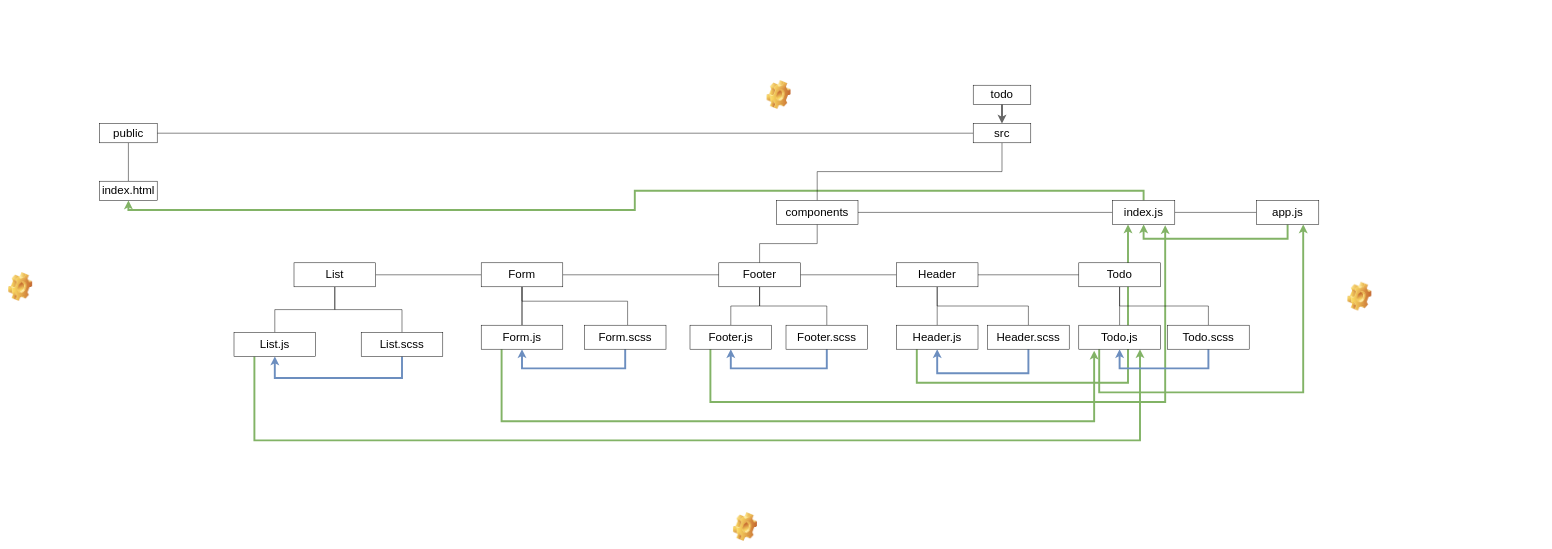
shadykh/uml keeps this draw.io diagram as page "Page-14" (13 of 13) of Untitled Diagram.drawio. Above is the earlier version. Source tidied: cells renumbered, new cells numbered last; positions are measured from the earlier drawing's top-left corner, leaving out a move shared by most shapes. Both pictures are drawn from the tidied source at 48%, with x=0, y=0 at pixel (8, 80).
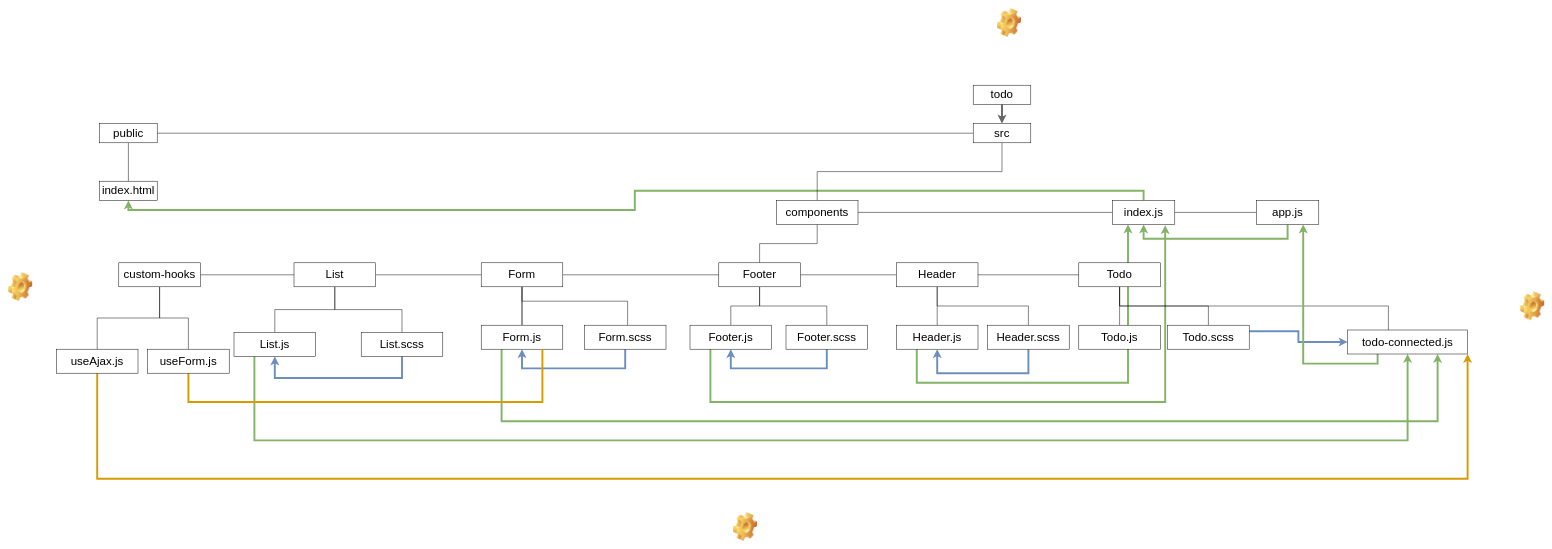
The same page after the edit.

Unchanged cells that the change refers to:
```xml
<mxCell id="14" value="&lt;span style=&quot;font-size: 24px&quot;&gt;app.js&lt;/span&gt;" style="whiteSpace=wrap;html=1;newEdgeStyle={&quot;edgeStyle&quot;:&quot;elbowEdgeStyle&quot;,&quot;startArrow&quot;:&quot;none&quot;,&quot;endArrow&quot;:&quot;none&quot;};" parent="1" vertex="1">
  <mxGeometry x="2600" y="250" width="130" height="50" as="geometry" />
</mxCell>
<mxCell id="33" value="&lt;span style=&quot;font-size: 24px&quot;&gt;List&lt;/span&gt;" style="whiteSpace=wrap;html=1;newEdgeStyle={&quot;edgeStyle&quot;:&quot;elbowEdgeStyle&quot;,&quot;startArrow&quot;:&quot;none&quot;,&quot;endArrow&quot;:&quot;none&quot;};" parent="1" vertex="1">
  <mxGeometry x="595" y="380" width="170" height="50" as="geometry" />
</mxCell>
<mxCell id="36" value="&lt;span style=&quot;font-size: 24px&quot;&gt;Todo&lt;/span&gt;" style="whiteSpace=wrap;html=1;newEdgeStyle={&quot;edgeStyle&quot;:&quot;elbowEdgeStyle&quot;,&quot;startArrow&quot;:&quot;none&quot;,&quot;endArrow&quot;:&quot;none&quot;};" parent="1" vertex="1">
  <mxGeometry x="2230" y="380" width="170" height="50" as="geometry" />
</mxCell>
<mxCell id="38" value="&lt;span style=&quot;font-size: 24px&quot;&gt;List.js&lt;/span&gt;" style="whiteSpace=wrap;html=1;newEdgeStyle={&quot;edgeStyle&quot;:&quot;elbowEdgeStyle&quot;,&quot;startArrow&quot;:&quot;none&quot;,&quot;endArrow&quot;:&quot;none&quot;};" parent="1" vertex="1">
  <mxGeometry x="470" y="525" width="170" height="50" as="geometry" />
</mxCell>
<mxCell id="42" value="&lt;span style=&quot;font-size: 24px&quot;&gt;Form.js&lt;/span&gt;" style="whiteSpace=wrap;html=1;newEdgeStyle={&quot;edgeStyle&quot;:&quot;elbowEdgeStyle&quot;,&quot;startArrow&quot;:&quot;none&quot;,&quot;endArrow&quot;:&quot;none&quot;};" parent="1" vertex="1">
  <mxGeometry x="985" y="510" width="170" height="50" as="geometry" />
</mxCell>
<mxCell id="52" value="&lt;span style=&quot;font-size: 24px&quot;&gt;Todo.js&lt;/span&gt;" style="whiteSpace=wrap;html=1;newEdgeStyle={&quot;edgeStyle&quot;:&quot;elbowEdgeStyle&quot;,&quot;startArrow&quot;:&quot;none&quot;,&quot;endArrow&quot;:&quot;none&quot;};" parent="1" vertex="1">
  <mxGeometry x="2230" y="510" width="170" height="50" as="geometry" />
</mxCell>
<mxCell id="54" value="&lt;span style=&quot;font-size: 24px&quot;&gt;Todo.scss&lt;/span&gt;" style="whiteSpace=wrap;html=1;newEdgeStyle={&quot;edgeStyle&quot;:&quot;elbowEdgeStyle&quot;,&quot;startArrow&quot;:&quot;none&quot;,&quot;endArrow&quot;:&quot;none&quot;};" parent="1" vertex="1">
  <mxGeometry x="2415" y="510" width="170" height="50" as="geometry" />
</mxCell>
```

Change to the diagram source:
```diff
@@
+    <mxCell id="62" style="edgeStyle=orthogonalEdgeStyle;rounded=0;jettySize=auto;html=1;endArrow=none;endFill=0;" parent="1" edge="1" source="33" target="67">
+      <mxGeometry relative="1" as="geometry" />
+    </mxCell>
@@
+    <mxCell id="63" style="edgeStyle=orthogonalEdgeStyle;rounded=0;jettySize=auto;html=1;endArrow=none;endFill=0;strokeWidth=1;" parent="1" edge="1" source="36" target="73">
+      <mxGeometry relative="1" as="geometry">
+        <Array as="points">
+          <mxPoint x="2315" y="470" />
+          <mxPoint x="2875" y="470" />
+        </Array>
+      </mxGeometry>
+    </mxCell>
@@
-    <mxCell id="37" style="edgeStyle=orthogonalEdgeStyle;rounded=0;jettySize=auto;html=1;exitX=0.25;exitY=1;exitDx=0;exitDy=0;entryX=0.75;entryY=1;entryDx=0;entryDy=0;endArrow=classic;endFill=1;strokeWidth=4;fillColor=#d5e8d4;strokeColor=#82b366;" parent="1" edge="1" source="38" target="52">
+    <mxCell id="37" style="edgeStyle=orthogonalEdgeStyle;rounded=0;jettySize=auto;html=1;exitX=0.25;exitY=1;exitDx=0;exitDy=0;entryX=0.5;entryY=1;entryDx=0;entryDy=0;endArrow=classic;endFill=1;strokeWidth=4;fillColor=#d5e8d4;strokeColor=#82b366;" parent="1" edge="1" source="38" target="73">
       <mxGeometry relative="1" as="geometry">
         <Array as="points">
           <mxPoint x="513" y="750" />
-          <mxPoint x="2358" y="750" />
+          <mxPoint x="2915" y="750" />
         </Array>
       </mxGeometry>
     </mxCell>
@@
-    <mxCell id="41" style="edgeStyle=orthogonalEdgeStyle;rounded=0;jettySize=auto;html=1;exitX=0.25;exitY=1;exitDx=0;exitDy=0;entryX=0.188;entryY=1.06;entryDx=0;entryDy=0;entryPerimeter=0;endArrow=classic;endFill=1;strokeWidth=4;fillColor=#d5e8d4;strokeColor=#82b366;" parent="1" edge="1" source="42" target="52">
+    <mxCell id="41" style="edgeStyle=orthogonalEdgeStyle;rounded=0;jettySize=auto;html=1;exitX=0.25;exitY=1;exitDx=0;exitDy=0;entryX=0.75;entryY=1;entryDx=0;entryDy=0;endArrow=classic;endFill=1;strokeWidth=4;fillColor=#d5e8d4;strokeColor=#82b366;" parent="1" edge="1" source="42" target="73">
       <mxGeometry relative="1" as="geometry">
         <Array as="points">
           <mxPoint x="1028" y="710" />
-          <mxPoint x="2262" y="710" />
+          <mxPoint x="2978" y="710" />
         </Array>
       </mxGeometry>
     </mxCell>
@@
-    <mxCell id="51" style="edgeStyle=orthogonalEdgeStyle;rounded=0;jettySize=auto;html=1;exitX=0.25;exitY=1;exitDx=0;exitDy=0;entryX=0.75;entryY=1;entryDx=0;entryDy=0;endArrow=classic;endFill=1;strokeWidth=4;fillColor=#d5e8d4;strokeColor=#82b366;" parent="1" edge="1" source="52" target="14">
-      <mxGeometry relative="1" as="geometry">
-        <Array as="points">
-          <mxPoint x="2273" y="650" />
-          <mxPoint x="2698" y="650" />
-        </Array>
-      </mxGeometry>
-    </mxCell>
@@
-    <mxCell id="53" style="edgeStyle=orthogonalEdgeStyle;rounded=0;jettySize=auto;html=1;exitX=0.5;exitY=1;exitDx=0;exitDy=0;entryX=0.5;entryY=1;entryDx=0;entryDy=0;endArrow=classic;endFill=1;strokeWidth=4;fillColor=#dae8fc;strokeColor=#6c8ebf;" parent="1" edge="1" source="54" target="52">
-      <mxGeometry relative="1" as="geometry">
-        <Array as="points">
-          <mxPoint x="2500" y="600" />
-          <mxPoint x="2315" y="600" />
-        </Array>
-      </mxGeometry>
-    </mxCell>
+    <mxCell id="64" style="edgeStyle=orthogonalEdgeStyle;rounded=0;jettySize=auto;html=1;exitX=1;exitY=0.25;exitDx=0;exitDy=0;entryX=0;entryY=0.5;entryDx=0;entryDy=0;endArrow=classic;endFill=1;strokeWidth=4;fillColor=#dae8fc;strokeColor=#6c8ebf;" parent="1" edge="1" source="54" target="73">
+      <mxGeometry relative="1" as="geometry" />
+    </mxCell>
@@
     <mxCell id="56" style="shape=image;html=1;verticalLabelPosition=bottom;verticalAlign=top;imageAspect=0;image=img/clipart/Gear_128x128.png;" parent="1" vertex="1">
-      <mxGeometry x="2790" y="420" width="50" height="60" as="geometry" />
+      <mxGeometry x="3150" y="440" width="50" height="60" as="geometry" />
     </mxCell>
@@
     <mxCell id="58" style="shape=image;html=1;verticalLabelPosition=bottom;verticalAlign=top;imageAspect=0;image=img/clipart/Gear_128x128.png;" parent="1" vertex="1">
-      <mxGeometry x="1580" width="50" height="60" as="geometry" />
+      <mxGeometry x="2060" y="-150" width="50" height="60" as="geometry" />
     </mxCell>
@@
+    <mxCell id="65" style="edgeStyle=orthogonalEdgeStyle;rounded=0;jettySize=auto;html=1;endArrow=none;endFill=0;" parent="1" edge="1" source="67" target="69">
+      <mxGeometry relative="1" as="geometry" />
+    </mxCell>
+    <mxCell id="66" style="edgeStyle=orthogonalEdgeStyle;rounded=0;jettySize=auto;html=1;endArrow=none;endFill=0;" parent="1" edge="1" source="67" target="71">
+      <mxGeometry relative="1" as="geometry" />
+    </mxCell>
+    <mxCell id="67" value="&lt;span style=&quot;font-size: 24px&quot;&gt;custom-hooks&lt;/span&gt;" style="whiteSpace=wrap;html=1;newEdgeStyle={&quot;edgeStyle&quot;:&quot;elbowEdgeStyle&quot;,&quot;startArrow&quot;:&quot;none&quot;,&quot;endArrow&quot;:&quot;none&quot;};" parent="1" vertex="1">
+      <mxGeometry x="230" y="380" width="170" height="50" as="geometry" />
+    </mxCell>
+    <mxCell id="68" style="edgeStyle=orthogonalEdgeStyle;rounded=0;jettySize=auto;html=1;exitX=0.5;exitY=1;exitDx=0;exitDy=0;entryX=1;entryY=1;entryDx=0;entryDy=0;endArrow=classic;endFill=1;strokeWidth=4;fillColor=#ffe6cc;strokeColor=#d79b00;" parent="1" edge="1" source="69" target="73">
+      <mxGeometry relative="1" as="geometry">
+        <Array as="points">
+          <mxPoint x="185" y="830" />
+          <mxPoint x="3040" y="830" />
+        </Array>
+      </mxGeometry>
+    </mxCell>
+    <mxCell id="69" value="&lt;span style=&quot;font-size: 24px&quot;&gt;useAjax.js&lt;/span&gt;" style="whiteSpace=wrap;html=1;newEdgeStyle={&quot;edgeStyle&quot;:&quot;elbowEdgeStyle&quot;,&quot;startArrow&quot;:&quot;none&quot;,&quot;endArrow&quot;:&quot;none&quot;};" parent="1" vertex="1">
+      <mxGeometry x="100" y="560" width="170" height="50" as="geometry" />
+    </mxCell>
+    <mxCell id="70" style="edgeStyle=orthogonalEdgeStyle;rounded=0;jettySize=auto;html=1;exitX=0.5;exitY=1;exitDx=0;exitDy=0;entryX=0.75;entryY=1;entryDx=0;entryDy=0;endArrow=none;endFill=0;strokeWidth=4;fillColor=#ffe6cc;strokeColor=#d79b00;" parent="1" edge="1" source="71" target="42">
+      <mxGeometry relative="1" as="geometry">
+        <Array as="points">
+          <mxPoint x="375" y="670" />
+          <mxPoint x="1113" y="670" />
+        </Array>
+      </mxGeometry>
+    </mxCell>
+    <mxCell id="71" value="&lt;span style=&quot;font-size: 24px&quot;&gt;useForm.js&lt;/span&gt;" style="whiteSpace=wrap;html=1;newEdgeStyle={&quot;edgeStyle&quot;:&quot;elbowEdgeStyle&quot;,&quot;startArrow&quot;:&quot;none&quot;,&quot;endArrow&quot;:&quot;none&quot;};" parent="1" vertex="1">
+      <mxGeometry x="290" y="560" width="170" height="50" as="geometry" />
+    </mxCell>
+    <mxCell id="72" style="edgeStyle=orthogonalEdgeStyle;rounded=0;jettySize=auto;html=1;exitX=0.25;exitY=1;exitDx=0;exitDy=0;entryX=0.75;entryY=1;entryDx=0;entryDy=0;endArrow=classic;endFill=1;strokeWidth=4;fillColor=#d5e8d4;strokeColor=#82b366;" parent="1" edge="1" source="73" target="14">
+      <mxGeometry relative="1" as="geometry" />
+    </mxCell>
+    <mxCell id="73" value="&lt;span style=&quot;font-size: 24px&quot;&gt;todo-connected.js&lt;/span&gt;" style="whiteSpace=wrap;html=1;newEdgeStyle={&quot;edgeStyle&quot;:&quot;elbowEdgeStyle&quot;,&quot;startArrow&quot;:&quot;none&quot;,&quot;endArrow&quot;:&quot;none&quot;};" parent="1" vertex="1">
+      <mxGeometry x="2790" y="520" width="250" height="50" as="geometry" />
+    </mxCell>
```
